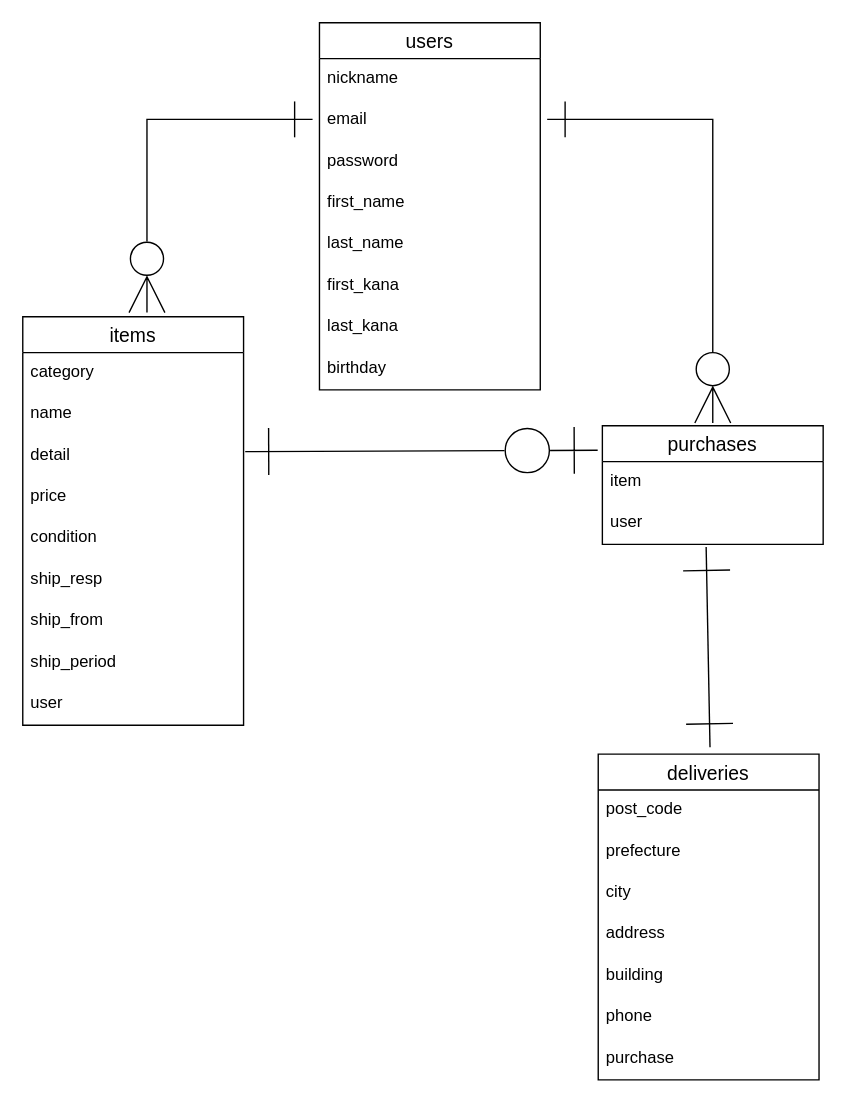
The draw.io diagram db/er.dio in roundshape/furima-40408, before the edit. Source tidied: cells renumbered, new cells numbered last; positions are measured from the earlier drawing's top-left corner, leaving out a move shared by most shapes. Both pictures are drawn from the tidied source at 138%, with x=0, y=0 at pixel (22, 22).
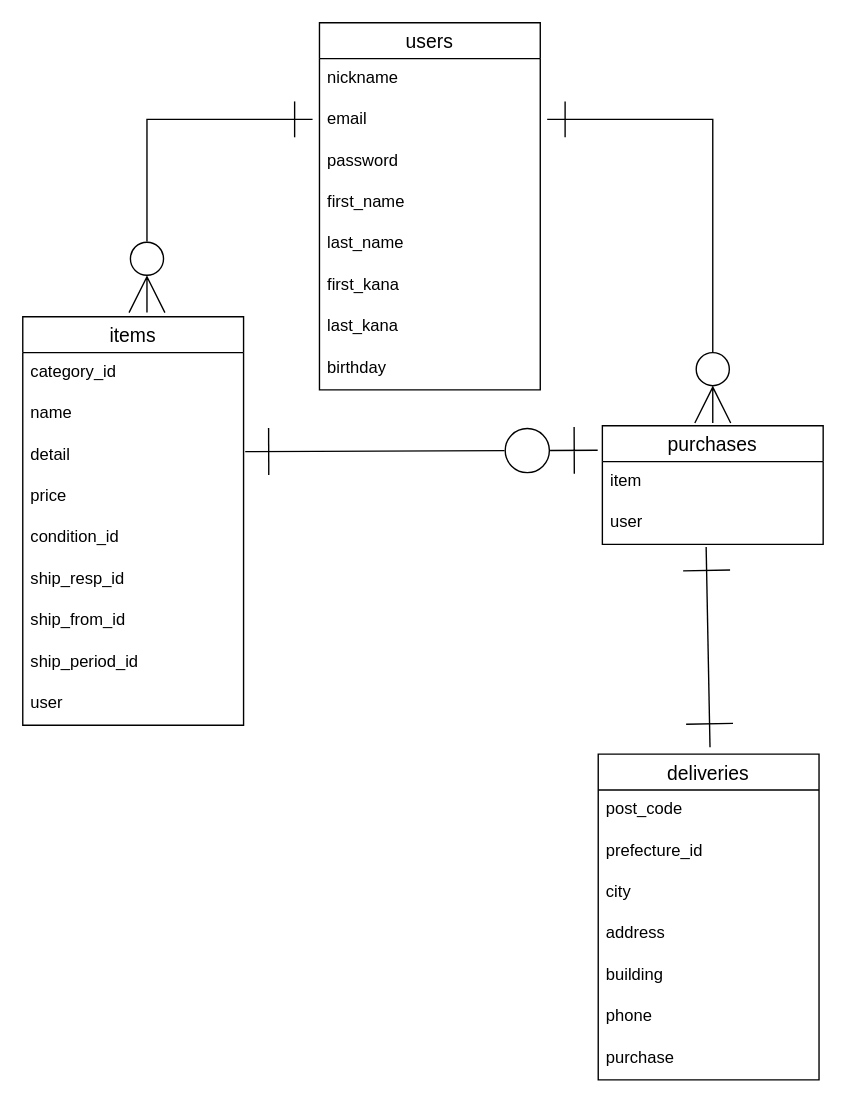
The same page after the edit.

Commit message (it also covers changes not shown here):
README.mdとER図の再修正

Unchanged cells that the change refers to:
```xml
<mxCell id="4" value="items" style="swimlane;fontStyle=0;horizontal=1;startSize=26;align=center;fontSize=14;fillStyle=solid;" parent="1" vertex="1">
  <mxGeometry y="213" width="160" height="296" as="geometry" />
</mxCell>
<mxCell id="17" value="deliveries" style="swimlane;fontStyle=0;horizontal=1;startSize=26;align=center;fontSize=14;fillStyle=solid;" parent="1" vertex="1">
  <mxGeometry x="417" y="530" width="160" height="236" as="geometry" />
</mxCell>
```

The edit, as a diff of the source:
```diff
@@
-    <mxCell id="5" value="category" style="text;strokeColor=none;fillColor=none;spacingLeft=4;spacingRight=4;overflow=hidden;fontSize=12;fillStyle=solid;" parent="4" vertex="1">
+    <mxCell id="5" value="category_id" style="text;strokeColor=none;fillColor=none;spacingLeft=4;spacingRight=4;overflow=hidden;fontSize=12;fillStyle=solid;" parent="4" vertex="1">
       <mxGeometry y="26" width="160" height="30" as="geometry" />
     </mxCell>
@@
-    <mxCell id="9" value="condition" style="text;strokeColor=none;fillColor=none;spacingLeft=4;spacingRight=4;overflow=hidden;fontSize=12;fillStyle=solid;" parent="4" vertex="1">
+    <mxCell id="9" value="condition_id" style="text;strokeColor=none;fillColor=none;spacingLeft=4;spacingRight=4;overflow=hidden;fontSize=12;fillStyle=solid;" parent="4" vertex="1">
       <mxGeometry y="146" width="160" height="30" as="geometry" />
     </mxCell>
-    <mxCell id="10" value="ship_resp" style="text;strokeColor=none;fillColor=none;spacingLeft=4;spacingRight=4;overflow=hidden;fontSize=12;fillStyle=solid;" parent="4" vertex="1">
+    <mxCell id="10" value="ship_resp_id" style="text;strokeColor=none;fillColor=none;spacingLeft=4;spacingRight=4;overflow=hidden;fontSize=12;fillStyle=solid;" parent="4" vertex="1">
       <mxGeometry y="176" width="160" height="30" as="geometry" />
     </mxCell>
-    <mxCell id="11" value="ship_from" style="text;strokeColor=none;fillColor=none;spacingLeft=4;spacingRight=4;overflow=hidden;fontSize=12;fillStyle=solid;" parent="4" vertex="1">
+    <mxCell id="11" value="ship_from_id" style="text;strokeColor=none;fillColor=none;spacingLeft=4;spacingRight=4;overflow=hidden;fontSize=12;fillStyle=solid;" parent="4" vertex="1">
       <mxGeometry y="206" width="160" height="30" as="geometry" />
     </mxCell>
-    <mxCell id="12" value="ship_period" style="text;strokeColor=none;fillColor=none;spacingLeft=4;spacingRight=4;overflow=hidden;fontSize=12;fillStyle=solid;" parent="4" vertex="1">
+    <mxCell id="12" value="ship_period_id" style="text;strokeColor=none;fillColor=none;spacingLeft=4;spacingRight=4;overflow=hidden;fontSize=12;fillStyle=solid;" parent="4" vertex="1">
       <mxGeometry y="236" width="160" height="30" as="geometry" />
     </mxCell>
@@
-    <mxCell id="19" value="prefecture" style="text;strokeColor=none;fillColor=none;spacingLeft=4;spacingRight=4;overflow=hidden;fontSize=12;fillStyle=solid;" parent="17" vertex="1">
+    <mxCell id="19" value="prefecture_id" style="text;strokeColor=none;fillColor=none;spacingLeft=4;spacingRight=4;overflow=hidden;fontSize=12;fillStyle=solid;" parent="17" vertex="1">
       <mxGeometry y="56" width="160" height="30" as="geometry" />
     </mxCell>
```
